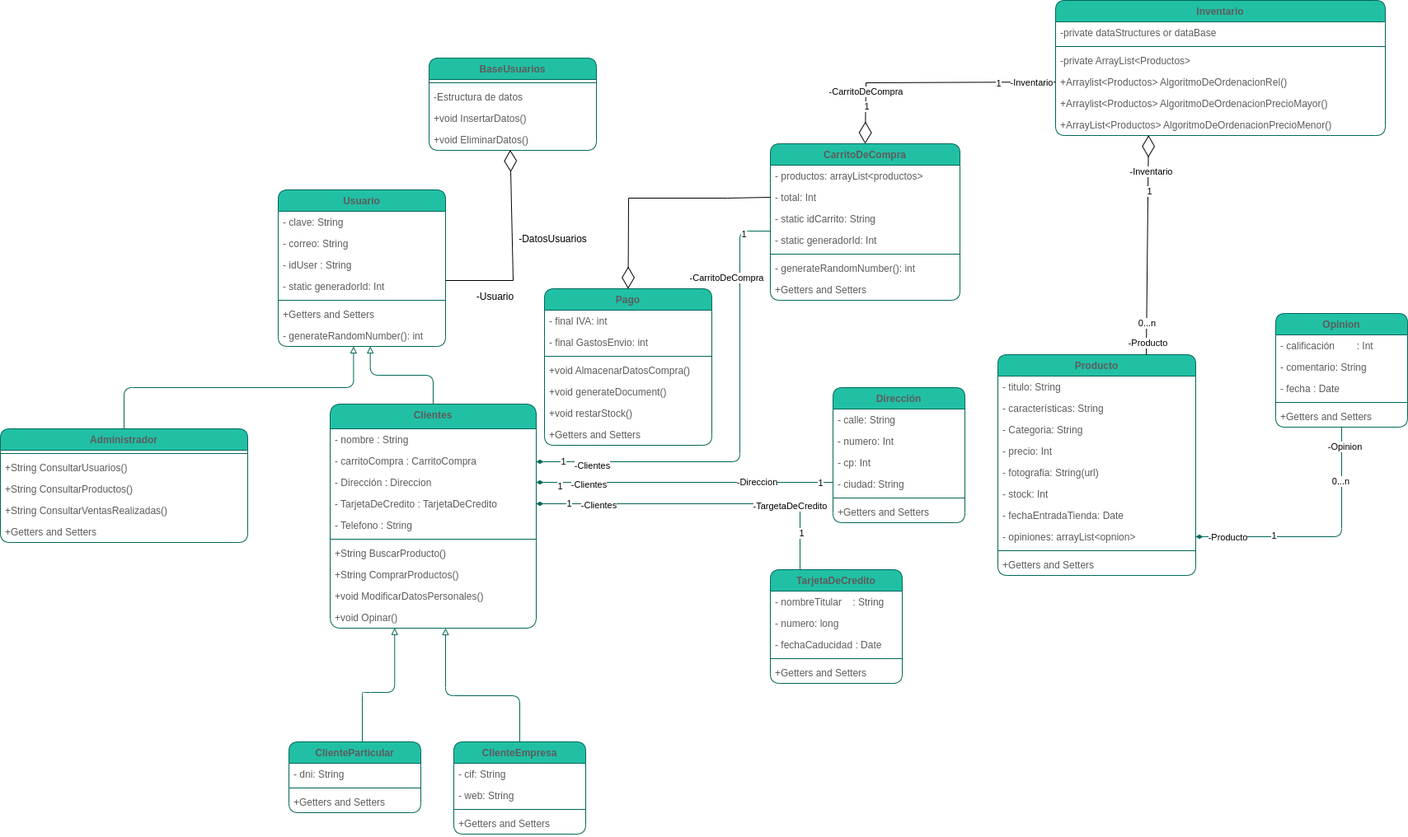
This is ULM/DiagramPNG/ulmDiagramV3.drawio.png from felix-centenera/uah_java_project, a draw.io export, as it was before one commit. Source tidied: cells renumbered, new cells last; positions are measured from the earlier drawing's top-left corner, leaving out a move shared by most shapes.
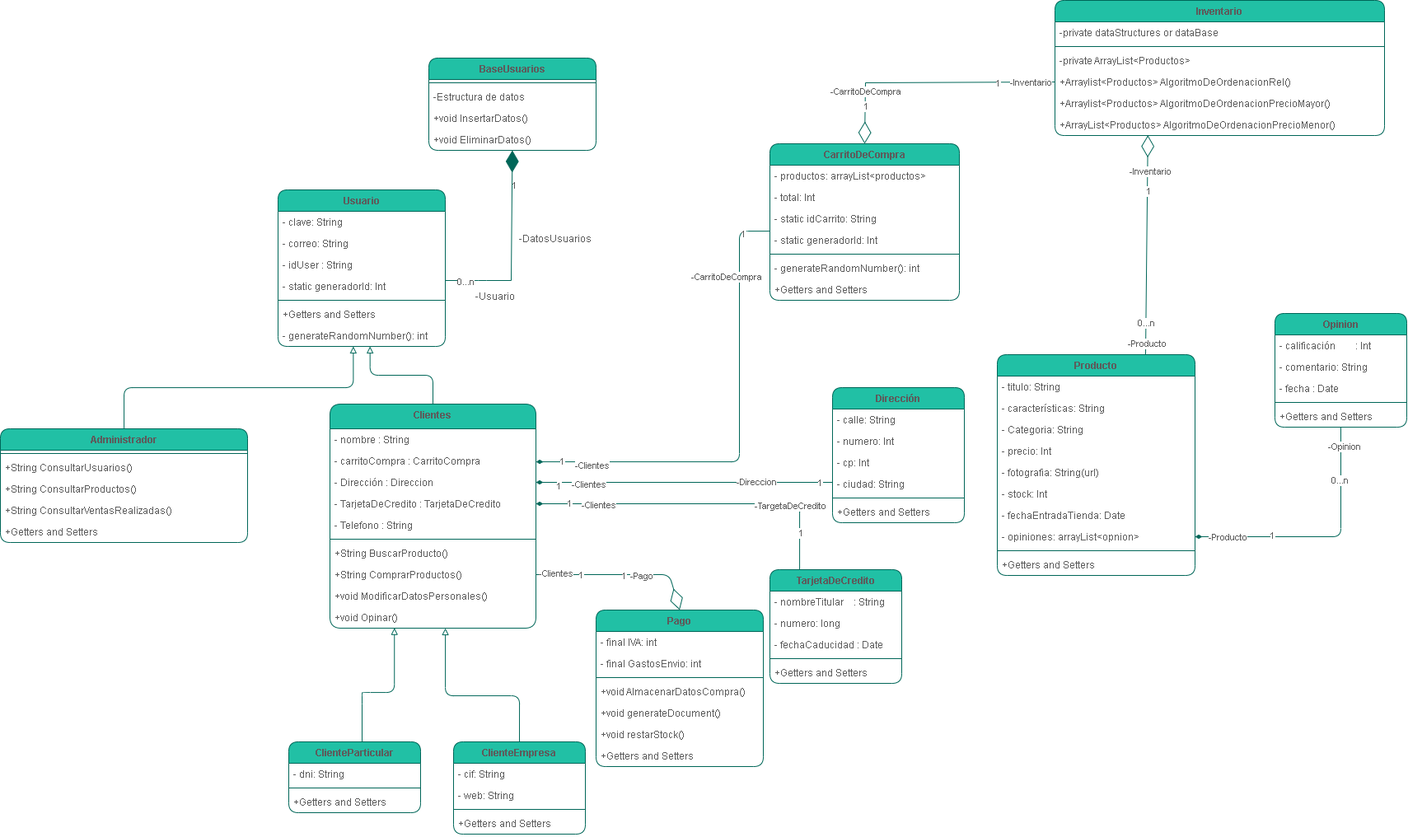
Later version of the same file.

What changed in the source:
```diff
@@ -135,16 +135,16 @@
         </Array>
       </mxGeometry>
     </mxCell>
-    <mxCell id="41" value="1" style="edgeLabel;html=1;align=center;verticalAlign=middle;fontFamily=Helvetica;" parent="40" vertex="1">
+    <mxCell id="41" value="1" style="edgeLabel;html=1;align=center;verticalAlign=middle;fontFamily=Helvetica;fontColor=#5C5C5C;" parent="40" vertex="1">
       <mxGeometry x="0.84" y="4" relative="1" as="geometry" />
     </mxCell>
-    <mxCell id="42" value="1" style="edgeLabel;html=1;align=center;verticalAlign=middle;fontFamily=Helvetica;" parent="40" vertex="1">
+    <mxCell id="42" value="1" style="edgeLabel;html=1;align=center;verticalAlign=middle;fontFamily=Helvetica;fontColor=#5C5C5C;" parent="40" vertex="1">
       <mxGeometry x="-0.91" relative="1" as="geometry" />
     </mxCell>
-    <mxCell id="43" value="-Clientes" style="edgeLabel;html=1;align=center;verticalAlign=middle;fontFamily=Helvetica;" parent="40" vertex="1">
+    <mxCell id="43" value="-Clientes" style="edgeLabel;html=1;align=center;verticalAlign=middle;fontFamily=Helvetica;fontColor=#5C5C5C;" parent="40" vertex="1">
       <mxGeometry x="0.65" y="2" relative="1" as="geometry" />
     </mxCell>
-    <mxCell id="44" value="-Direccion" style="edgeLabel;html=1;align=center;verticalAlign=middle;fontFamily=Helvetica;" parent="40" vertex="1">
+    <mxCell id="44" value="-Direccion" style="edgeLabel;html=1;align=center;verticalAlign=middle;fontFamily=Helvetica;fontColor=#5C5C5C;" parent="40" vertex="1">
       <mxGeometry x="-0.49" y="-1" relative="1" as="geometry" />
     </mxCell>
     <mxCell id="45" value="Dirección" style="swimlane;fontStyle=1;align=center;verticalAlign=top;horizontal=1;startSize=26;rounded=1;fillColor=#21C0A5;strokeColor=#006658;fontColor=#5C5C5C;" parent="1" vertex="1">
@@ -175,18 +175,18 @@
         </Array>
       </mxGeometry>
     </mxCell>
-    <mxCell id="53" value="1" style="edgeLabel;html=1;align=center;verticalAlign=middle;fontFamily=Helvetica;" parent="52" vertex="1">
+    <mxCell id="53" value="1" style="edgeLabel;html=1;align=center;verticalAlign=middle;fontFamily=Helvetica;fontColor=#5C5C5C;" parent="52" vertex="1">
       <mxGeometry x="0.75" y="-1" relative="1" as="geometry">
         <mxPoint x="-11" as="offset" />
       </mxGeometry>
     </mxCell>
-    <mxCell id="54" value="1" style="edgeLabel;html=1;align=center;verticalAlign=middle;fontFamily=Helvetica;" parent="52" vertex="1">
+    <mxCell id="54" value="1" style="edgeLabel;html=1;align=center;verticalAlign=middle;fontFamily=Helvetica;fontColor=#5C5C5C;" parent="52" vertex="1">
       <mxGeometry x="-0.78" y="-1" relative="1" as="geometry" />
     </mxCell>
-    <mxCell id="55" value="-TargetaDeCredito" style="edgeLabel;html=1;align=center;verticalAlign=middle;fontFamily=Helvetica;" parent="52" vertex="1">
+    <mxCell id="55" value="-TargetaDeCredito" style="edgeLabel;html=1;align=center;verticalAlign=middle;fontFamily=Helvetica;fontColor=#5C5C5C;" parent="52" vertex="1">
       <mxGeometry x="-0.54" y="2" relative="1" as="geometry" />
     </mxCell>
-    <mxCell id="56" value="-Clientes" style="edgeLabel;html=1;align=center;verticalAlign=middle;fontFamily=Helvetica;" parent="52" vertex="1">
+    <mxCell id="56" value="-Clientes" style="edgeLabel;html=1;align=center;verticalAlign=middle;fontFamily=Helvetica;fontColor=#5C5C5C;" parent="52" vertex="1">
       <mxGeometry x="0.62" y="1" relative="1" as="geometry" />
     </mxCell>
     <mxCell id="57" value="TarjetaDeCredito" style="swimlane;fontStyle=1;align=center;verticalAlign=top;horizontal=1;startSize=26;rounded=1;fillColor=#21C0A5;strokeColor=#006658;fontColor=#5C5C5C;" parent="1" vertex="1">
@@ -243,16 +243,16 @@
     <mxCell id="74" style="edgeStyle=orthogonalEdgeStyle;curved=0;rounded=1;sketch=0;jettySize=auto;html=1;entryX=1;entryY=0.5;entryDx=0;entryDy=0;fontColor=#5C5C5C;strokeColor=#006658;fillColor=#21C0A5;endArrow=diamondThin;endFill=1;" parent="1" edge="1" source="79" target="71">
       <mxGeometry relative="1" as="geometry" />
     </mxCell>
-    <mxCell id="75" value="-Producto" style="edgeLabel;html=1;align=center;verticalAlign=middle;fontFamily=Helvetica;" parent="74" vertex="1">
+    <mxCell id="75" value="-Producto" style="edgeLabel;html=1;align=center;verticalAlign=middle;fontFamily=Helvetica;fontColor=#5C5C5C;" parent="74" vertex="1">
       <mxGeometry x="0.75" relative="1" as="geometry" />
     </mxCell>
-    <mxCell id="76" value="-Opinion" style="edgeLabel;html=1;align=center;verticalAlign=middle;fontFamily=Helvetica;" parent="74" vertex="1">
+    <mxCell id="76" value="-Opinion" style="edgeLabel;html=1;align=center;verticalAlign=middle;fontFamily=Helvetica;fontColor=#5C5C5C;" parent="74" vertex="1">
       <mxGeometry x="-0.85" y="3" relative="1" as="geometry" />
     </mxCell>
-    <mxCell id="77" value="0...n" style="edgeLabel;html=1;align=center;verticalAlign=middle;fontFamily=Helvetica;" parent="74" vertex="1">
+    <mxCell id="77" value="0...n" style="edgeLabel;html=1;align=center;verticalAlign=middle;fontFamily=Helvetica;fontColor=#5C5C5C;" parent="74" vertex="1">
       <mxGeometry x="-0.58" y="-2" relative="1" as="geometry" />
     </mxCell>
-    <mxCell id="78" value="1" style="edgeLabel;html=1;align=center;verticalAlign=middle;fontFamily=Helvetica;" parent="74" vertex="1">
+    <mxCell id="78" value="1" style="edgeLabel;html=1;align=center;verticalAlign=middle;fontFamily=Helvetica;fontColor=#5C5C5C;" parent="74" vertex="1">
       <mxGeometry x="0.4" y="-2" relative="1" as="geometry" />
     </mxCell>
     <mxCell id="79" value="Opinion" style="swimlane;fontStyle=1;align=center;verticalAlign=top;horizontal=1;startSize=26;rounded=1;fillColor=#21C0A5;strokeColor=#006658;fontColor=#5C5C5C;" parent="1" vertex="1">
@@ -282,16 +282,16 @@
         </Array>
       </mxGeometry>
     </mxCell>
-    <mxCell id="86" value="1" style="edgeLabel;html=1;align=center;verticalAlign=middle;fontFamily=Helvetica;" parent="85" vertex="1">
+    <mxCell id="86" value="1" style="edgeLabel;html=1;align=center;verticalAlign=middle;fontFamily=Helvetica;fontColor=#5C5C5C;" parent="85" vertex="1">
       <mxGeometry x="-0.89" y="3" relative="1" as="geometry" />
     </mxCell>
-    <mxCell id="87" value="1" style="edgeLabel;html=1;align=center;verticalAlign=middle;fontFamily=Helvetica;" parent="85" vertex="1">
+    <mxCell id="87" value="1" style="edgeLabel;html=1;align=center;verticalAlign=middle;fontFamily=Helvetica;fontColor=#5C5C5C;" parent="85" vertex="1">
       <mxGeometry x="0.88" y="-1" relative="1" as="geometry" />
     </mxCell>
-    <mxCell id="88" value="-Clientes" style="edgeLabel;html=1;align=center;verticalAlign=middle;fontFamily=Helvetica;" parent="85" vertex="1">
+    <mxCell id="88" value="-Clientes" style="edgeLabel;html=1;align=center;verticalAlign=middle;fontFamily=Helvetica;fontColor=#5C5C5C;" parent="85" vertex="1">
       <mxGeometry x="0.76" y="4" relative="1" as="geometry" />
     </mxCell>
-    <mxCell id="89" value="-CarritoDeCompra" style="edgeLabel;html=1;align=center;verticalAlign=middle;fontFamily=Helvetica;" parent="85" vertex="1">
+    <mxCell id="89" value="-CarritoDeCompra" style="edgeLabel;html=1;align=center;verticalAlign=middle;fontFamily=Helvetica;fontColor=#5C5C5C;" parent="85" vertex="1">
       <mxGeometry x="-0.67" relative="1" as="geometry">
         <mxPoint x="-17" as="offset" />
       </mxGeometry>
@@ -356,52 +356,68 @@
     <mxCell id="109" value="+void EliminarDatos()" style="text;align=left;verticalAlign=top;spacingLeft=4;spacingRight=4;overflow=hidden;points=[[0,0.5],[1,0.5]];portConstraint=eastwest;fontFamily=Helvetica;fontColor=#5C5C5C;" parent="105" vertex="1">
       <mxGeometry y="86" width="203" height="26" as="geometry" />
     </mxCell>
+    <mxCell id="132" style="endArrow=diamondThin;endFill=1;endSize=24;html=1;rounded=0;strokeColor=#006658;fontColor=#5C5C5C;" parent="1" edge="1" target="109">
+      <mxGeometry relative="1" as="geometry">
+        <mxPoint x="540" y="340" as="sourcePoint" />
+        <Array as="points">
+          <mxPoint x="580" y="340" />
+          <mxPoint x="590" y="340" />
+          <mxPoint x="620" y="340" />
+        </Array>
+      </mxGeometry>
+    </mxCell>
+    <mxCell id="133" value="0...n" style="edgeLabel;html=1;align=center;verticalAlign=middle;fontFamily=Helvetica;fontColor=#5C5C5C;" parent="132" vertex="1">
+      <mxGeometry x="-0.8" y="-1" relative="1" as="geometry" />
+    </mxCell>
+    <mxCell id="134" value="1" style="edgeLabel;html=1;align=center;verticalAlign=middle;fontFamily=Helvetica;fontColor=#5C5C5C;" parent="132" vertex="1">
+      <mxGeometry x="0.64" y="-2" relative="1" as="geometry" />
+    </mxCell>
-    <mxCell id="110" value="-Usuario" style="text;html=1;align=center;verticalAlign=middle;strokeColor=none;fillColor=none;fontFamily=Helvetica;" parent="1" vertex="1">
+    <mxCell id="110" value="-Usuario" style="text;html=1;align=center;verticalAlign=middle;strokeColor=none;fillColor=none;fontFamily=Helvetica;fontColor=#5C5C5C;" parent="1" vertex="1">
       <mxGeometry x="570" y="350" width="60" height="20" as="geometry" />
     </mxCell>
-    <mxCell id="111" value="-DatosUsuarios" style="text;html=1;align=center;verticalAlign=middle;strokeColor=none;fillColor=none;fontFamily=Helvetica;" parent="1" vertex="1">
-      <mxGeometry x="620" y="280" width="100" height="20" as="geometry" />
+    <mxCell id="111" value="-DatosUsuarios" style="text;html=1;align=center;verticalAlign=middle;strokeColor=none;fillColor=none;fontFamily=Helvetica;fontColor=#5C5C5C;" parent="1" vertex="1">
+      <mxGeometry x="623" y="280" width="100" height="20" as="geometry" />
     </mxCell>
-    <mxCell id="112" style="endArrow=diamondThin;endFill=0;endSize=24;html=1;rounded=0;exitX=0.75;exitY=0;exitDx=0;exitDy=0;entryX=0.282;entryY=0.987;entryDx=0;entryDy=0;entryPerimeter=0;" parent="1" edge="1" source="63" target="104">
+    <mxCell id="112" style="endArrow=diamondThin;endFill=0;endSize=24;html=1;rounded=0;exitX=0.75;exitY=0;exitDx=0;exitDy=0;entryX=0.282;entryY=0.987;entryDx=0;entryDy=0;entryPerimeter=0;strokeColor=#006658;fontColor=#5C5C5C;" parent="1" edge="1" source="63" target="104">
       <mxGeometry relative="1" as="geometry" />
     </mxCell>
-    <mxCell id="113" value="-Producto" style="edgeLabel;html=1;align=center;verticalAlign=middle;" parent="112" vertex="1">
+    <mxCell id="113" value="-Producto" style="edgeLabel;html=1;align=center;verticalAlign=middle;fontColor=#5C5C5C;" parent="112" vertex="1">
       <mxGeometry x="-0.9" y="-1" relative="1" as="geometry" />
     </mxCell>
-    <mxCell id="114" value="0...n" style="edgeLabel;html=1;align=center;verticalAlign=middle;" parent="112" vertex="1">
+    <mxCell id="114" value="0...n" style="edgeLabel;html=1;align=center;verticalAlign=middle;fontColor=#5C5C5C;" parent="112" vertex="1">
       <mxGeometry x="-0.71" relative="1" as="geometry" />
     </mxCell>
-    <mxCell id="115" value="-Inventario" style="edgeLabel;html=1;align=center;verticalAlign=middle;" parent="112" vertex="1">
+    <mxCell id="115" value="-Inventario" style="edgeLabel;html=1;align=center;verticalAlign=middle;fontColor=#5C5C5C;" parent="112" vertex="1">
       <mxGeometry x="0.68" y="-3" relative="1" as="geometry" />
     </mxCell>
-    <mxCell id="116" value="1" style="edgeLabel;html=1;align=center;verticalAlign=middle;" parent="112" vertex="1">
+    <mxCell id="116" value="1" style="edgeLabel;html=1;align=center;verticalAlign=middle;fontColor=#5C5C5C;" parent="112" vertex="1">
       <mxGeometry x="0.49" y="-1" relative="1" as="geometry" />
     </mxCell>
-    <mxCell id="117" style="endArrow=diamondThin;endFill=0;endSize=24;html=1;rounded=0;exitX=0;exitY=0.5;exitDx=0;exitDy=0;entryX=0.5;entryY=0;entryDx=0;entryDy=0;" parent="1" edge="1" source="102" target="90">
+    <mxCell id="117" style="endArrow=diamondThin;endFill=0;endSize=24;html=1;rounded=0;exitX=0;exitY=0.5;exitDx=0;exitDy=0;entryX=0.5;entryY=0;entryDx=0;entryDy=0;strokeColor=#006658;fontColor=#5C5C5C;" parent="1" edge="1" source="102" target="90">
       <mxGeometry relative="1" as="geometry">
         <Array as="points">
           <mxPoint x="1050" y="100" />
         </Array>
       </mxGeometry>
     </mxCell>
-    <mxCell id="118" value="1" style="edgeLabel;html=1;align=center;verticalAlign=middle;" parent="117" vertex="1">
+    <mxCell id="118" value="1" style="edgeLabel;html=1;align=center;verticalAlign=middle;fontColor=#5C5C5C;" parent="117" vertex="1">
       <mxGeometry x="0.7" y="1" relative="1" as="geometry" />
     </mxCell>
-    <mxCell id="119" value="1" style="edgeLabel;html=1;align=center;verticalAlign=middle;" parent="117" vertex="1">
+    <mxCell id="119" value="1" style="edgeLabel;html=1;align=center;verticalAlign=middle;fontColor=#5C5C5C;" parent="117" vertex="1">
       <mxGeometry x="-0.68" y="2" relative="1" as="geometry">
         <mxPoint x="-21" y="-1" as="offset" />
       </mxGeometry>
     </mxCell>
-    <mxCell id="120" value="-Inventario" style="edgeLabel;html=1;align=center;verticalAlign=middle;" parent="117" vertex="1">
+    <mxCell id="120" value="-Inventario" style="edgeLabel;html=1;align=center;verticalAlign=middle;fontColor=#5C5C5C;" parent="117" vertex="1">
       <mxGeometry x="-0.08" y="3" relative="1" as="geometry">
         <mxPoint x="110" y="-3" as="offset" />
       </mxGeometry>
     </mxCell>
-    <mxCell id="121" value="-CarritoDeCompra" style="edgeLabel;html=1;align=center;verticalAlign=middle;" parent="117" vertex="1">
+    <mxCell id="121" value="-CarritoDeCompra" style="edgeLabel;html=1;align=center;verticalAlign=middle;fontColor=#5C5C5C;" parent="117" vertex="1">
       <mxGeometry x="0.58" y="-1" relative="1" as="geometry" />
     </mxCell>
     <mxCell id="122" value="Pago" style="swimlane;fontStyle=1;align=center;verticalAlign=top;horizontal=1;startSize=26;rounded=1;fillColor=#21C0A5;strokeColor=#006658;fontColor=#5C5C5C;" parent="1" vertex="1">
-      <mxGeometry x="660" y="350" width="203" height="190" as="geometry" />
+      <mxGeometry x="723" y="740" width="203" height="190" as="geometry" />
     </mxCell>
     <mxCell id="123" value="- final IVA: int" style="text;strokeColor=none;fillColor=none;align=left;verticalAlign=top;spacingLeft=4;spacingRight=4;overflow=hidden;fontColor=#5C5C5C;" parent="122" vertex="1">
       <mxGeometry y="26" width="203" height="26" as="geometry" />
@@ -424,21 +440,24 @@
     <mxCell id="129" value="+Getters and Setters" style="text;strokeColor=none;fillColor=none;align=left;verticalAlign=top;spacingLeft=4;spacingRight=4;overflow=hidden;fontColor=#5C5C5C;" parent="122" vertex="1">
       <mxGeometry y="164" width="203" height="26" as="geometry" />
     </mxCell>
-    <mxCell id="130" style="endArrow=diamondThin;endFill=0;endSize=24;html=1;rounded=0;exitX=0;exitY=0.5;exitDx=0;exitDy=0;entryX=0.5;entryY=0;entryDx=0;entryDy=0;" parent="1" edge="1" source="92" target="122">
-      <mxGeometry relative="1" as="geometry">
-        <Array as="points">
-          <mxPoint x="882" y="240" />
-          <mxPoint x="762" y="240" />
-        </Array>
-      </mxGeometry>
-    </mxCell>
-    <mxCell id="131" style="endArrow=diamondThin;endFill=0;endSize=24;html=1;rounded=0;fontColor=#5C5C5C;entryX=0.485;entryY=0.978;entryDx=0;entryDy=0;entryPerimeter=0;" parent="1" edge="1" target="109">
-      <mxGeometry relative="1" as="geometry">
-        <mxPoint x="540" y="340" as="sourcePoint" />
-        <Array as="points">
-          <mxPoint x="622" y="340" />
-        </Array>
-      </mxGeometry>
-    </mxCell>
+    <mxCell id="135" style="endArrow=diamondThin;endFill=0;endSize=24;html=1;rounded=1;sketch=0;fontColor=#5C5C5C;strokeColor=#006658;fillColor=#21C0A5;curved=0;exitX=1;exitY=0.5;exitDx=0;exitDy=0;entryX=0.5;entryY=0;entryDx=0;entryDy=0;" parent="1" edge="1" source="26" target="122">
+      <mxGeometry relative="1" as="geometry">
+        <Array as="points">
+          <mxPoint x="812" y="697" />
+        </Array>
+      </mxGeometry>
+    </mxCell>
+    <mxCell id="136" value="-Clientes" style="edgeLabel;html=1;align=center;verticalAlign=middle;fontColor=#5C5C5C;" parent="135" vertex="1">
+      <mxGeometry x="-0.77" y="2" relative="1" as="geometry" />
+    </mxCell>
+    <mxCell id="137" value="-Pago" style="edgeLabel;html=1;align=center;verticalAlign=middle;fontColor=#5C5C5C;" parent="135" vertex="1">
+      <mxGeometry x="0.24" y="-1" relative="1" as="geometry" />
+    </mxCell>
+    <mxCell id="138" value="1" style="edgeLabel;html=1;align=center;verticalAlign=middle;fontColor=#5C5C5C;" parent="135" vertex="1">
+      <mxGeometry x="-0.47" relative="1" as="geometry" />
+    </mxCell>
+    <mxCell id="139" value="1" style="edgeLabel;html=1;align=center;verticalAlign=middle;fontColor=#5C5C5C;" parent="135" vertex="1">
+      <mxGeometry x="0.02" y="-1" relative="1" as="geometry" />
+    </mxCell>
   </root>
 </mxGraphModel>
```
